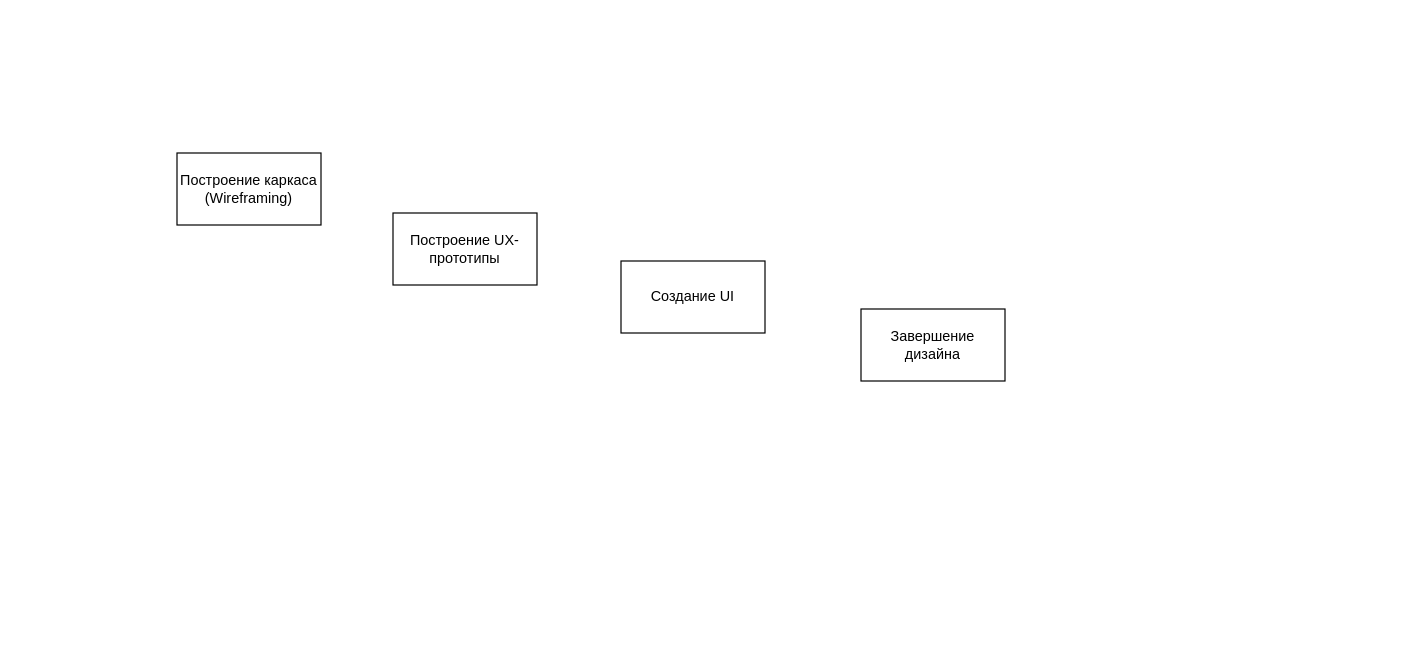
Earlier version of the draw.io diagram page "A2" (4 of 8) of Biểu đồ không có tiêu đề.drawio (quyettranvu/Lab1_IDEF). Source tidied: cells renumbered, new cells numbered last; positions are measured from the earlier drawing's top-left corner, leaving out a move shared by most shapes. Both pictures are drawn from the tidied source at 120%, with x=0, y=0 at pixel (176, 152).
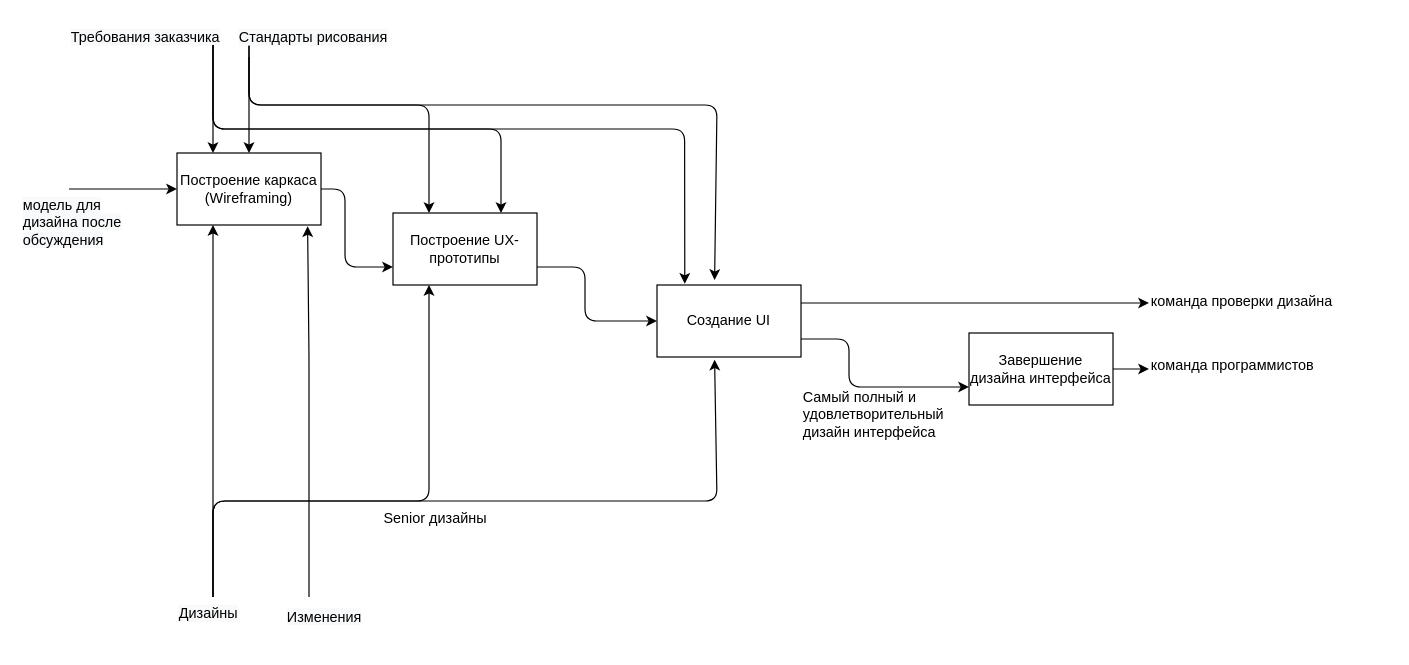
The same page after the edit.

The change refers to these unchanged cells:
```xml
<mxCell id="2" value="Построение каркаса&lt;br&gt;(Wireframing)" style="rounded=0;whiteSpace=wrap;html=1;" parent="1" vertex="1">
  <mxGeometry width="120" height="60" as="geometry" />
</mxCell>
<mxCell id="3" value="Построение UX-прототипы" style="rounded=0;whiteSpace=wrap;html=1;" parent="1" vertex="1">
  <mxGeometry x="180" y="50" width="120" height="60" as="geometry" />
</mxCell>
```

Diff of the diagram source:
```diff
@@
     <mxCell id="4" value="Создание UI" style="rounded=0;whiteSpace=wrap;html=1;" parent="1" vertex="1">
-      <mxGeometry x="370" y="90" width="120" height="60" as="geometry" />
+      <mxGeometry x="400" y="110" width="120" height="60" as="geometry" />
     </mxCell>
+    <mxCell id="6" style="edgeStyle=orthogonalEdgeStyle;rounded=1;jettySize=auto;html=1;entryX=0;entryY=0.5;entryDx=0;entryDy=0;fontSize=12;" parent="1" edge="1" source="5" target="19">
+      <mxGeometry relative="1" as="geometry" />
+    </mxCell>
-    <mxCell id="5" value="Завершение дизайна" style="rounded=0;whiteSpace=wrap;html=1;" parent="1" vertex="1">
-      <mxGeometry x="570" y="130" width="120" height="60" as="geometry" />
+    <mxCell id="5" value="Завершение дизайна интерфейса" style="rounded=0;whiteSpace=wrap;html=1;" parent="1" vertex="1">
+      <mxGeometry x="660" y="150" width="120" height="60" as="geometry" />
     </mxCell>
+    <mxCell id="7" style="endArrow=classic;html=1;rounded=0;entryX=0;entryY=0.5;entryDx=0;entryDy=0;" parent="1" edge="1" target="2">
+      <mxGeometry relative="1" as="geometry">
+        <mxPoint x="-90" y="30" as="sourcePoint" />
+      </mxGeometry>
+    </mxCell>
+    <mxCell id="8" style="endArrow=classic;html=1;rounded=1;exitX=1;exitY=0.5;exitDx=0;exitDy=0;entryX=0;entryY=0.75;entryDx=0;entryDy=0;" parent="1" edge="1" source="2" target="3">
+      <mxGeometry relative="1" as="geometry">
+        <Array as="points">
+          <mxPoint x="140" y="30" />
+          <mxPoint x="140" y="95" />
+        </Array>
+      </mxGeometry>
+    </mxCell>
+    <mxCell id="9" style="endArrow=classic;html=1;rounded=1;exitX=1;exitY=0.75;exitDx=0;exitDy=0;entryX=0;entryY=0.5;entryDx=0;entryDy=0;" parent="1" edge="1" source="3" target="4">
+      <mxGeometry relative="1" as="geometry">
+        <Array as="points">
+          <mxPoint x="340" y="95" />
+          <mxPoint x="340" y="140" />
+        </Array>
+      </mxGeometry>
+    </mxCell>
+    <mxCell id="10" style="endArrow=classic;html=1;rounded=1;exitX=1;exitY=0.75;exitDx=0;exitDy=0;entryX=0;entryY=0.75;entryDx=0;entryDy=0;" parent="1" edge="1" source="4" target="5">
+      <mxGeometry relative="1" as="geometry">
+        <Array as="points">
+          <mxPoint x="560" y="155" />
+          <mxPoint x="560" y="195" />
+        </Array>
+      </mxGeometry>
+    </mxCell>
+    <mxCell id="11" style="endArrow=classic;html=1;rounded=1;entryX=0.25;entryY=1;entryDx=0;entryDy=0;" parent="1" edge="1" target="2">
+      <mxGeometry relative="1" as="geometry">
+        <mxPoint x="30" y="370" as="sourcePoint" />
+      </mxGeometry>
+    </mxCell>
+    <mxCell id="12" style="endArrow=classic;html=1;rounded=1;entryX=0.25;entryY=1;entryDx=0;entryDy=0;" parent="1" edge="1" target="3">
+      <mxGeometry relative="1" as="geometry">
+        <mxPoint x="30" y="370" as="sourcePoint" />
+        <Array as="points">
+          <mxPoint x="30" y="290" />
+          <mxPoint x="210" y="290" />
+        </Array>
+      </mxGeometry>
+    </mxCell>
+    <mxCell id="13" style="endArrow=classic;html=1;rounded=1;entryX=0.4;entryY=1.037;entryDx=0;entryDy=0;entryPerimeter=0;" parent="1" edge="1" target="4">
+      <mxGeometry relative="1" as="geometry">
+        <mxPoint x="30" y="370" as="sourcePoint" />
+        <Array as="points">
+          <mxPoint x="30" y="290" />
+          <mxPoint x="450" y="290" />
+        </Array>
+      </mxGeometry>
+    </mxCell>
+    <mxCell id="14" value="&lt;span style=&quot;color: rgb(0, 0, 0); font-family: Helvetica; font-size: 12px; font-style: normal; font-variant-ligatures: normal; font-variant-caps: normal; font-weight: 400; letter-spacing: normal; orphans: 2; text-align: center; text-indent: 0px; text-transform: none; widows: 2; word-spacing: 0px; -webkit-text-stroke-width: 0px; background-color: rgb(248, 249, 250); text-decoration-thickness: initial; text-decoration-style: initial; text-decoration-color: initial; float: none; display: inline !important;&quot;&gt;Дизайны&lt;/span&gt;" style="text;whiteSpace=wrap;html=1;" parent="1" vertex="1">
+      <mxGeometry y="370" width="80" height="40" as="geometry" />
+    </mxCell>
+    <mxCell id="15" value="Senior дизайны" style="text;html=1;align=center;verticalAlign=middle;fillColor=none;strokeColor=none;rounded=0;" parent="1" vertex="1">
+      <mxGeometry x="160" y="290" width="110" height="30" as="geometry" />
+    </mxCell>
+    <mxCell id="16" style="endArrow=classic;html=1;rounded=1;fontSize=15;entryX=0.907;entryY=1.017;entryDx=0;entryDy=0;entryPerimeter=0;" parent="1" edge="1" target="2">
+      <mxGeometry relative="1" as="geometry">
+        <mxPoint x="110" y="370" as="sourcePoint" />
+        <Array as="points">
+          <mxPoint x="110" y="170" />
+        </Array>
+      </mxGeometry>
+    </mxCell>
+    <mxCell id="17" value="&lt;span style=&quot;color: rgb(0, 0, 0); font-family: Helvetica; font-size: 12px; font-style: normal; font-variant-ligatures: normal; font-variant-caps: normal; font-weight: 400; letter-spacing: normal; orphans: 2; text-align: center; text-indent: 0px; text-transform: none; widows: 2; word-spacing: 0px; -webkit-text-stroke-width: 0px; background-color: rgb(248, 249, 250); text-decoration-thickness: initial; text-decoration-style: initial; text-decoration-color: initial; float: none; display: inline !important;&quot;&gt;Изменения&lt;/span&gt;" style="text;whiteSpace=wrap;html=1;fontSize=15;" parent="1" vertex="1">
+      <mxGeometry x="90" y="370" width="100" height="40" as="geometry" />
+    </mxCell>
+    <mxCell id="18" style="endArrow=classic;html=1;rounded=1;fontSize=15;exitX=1;exitY=0.25;exitDx=0;exitDy=0;" parent="1" edge="1" source="4">
+      <mxGeometry relative="1" as="geometry">
+        <mxPoint x="810" y="125" as="targetPoint" />
+      </mxGeometry>
+    </mxCell>
+    <mxCell id="19" value="&lt;font style=&quot;font-size: 12px;&quot;&gt;команда программистов&lt;/font&gt;" style="text;whiteSpace=wrap;html=1;fontSize=15;" parent="1" vertex="1">
+      <mxGeometry x="810" y="160" width="200" height="40" as="geometry" />
+    </mxCell>
+    <mxCell id="20" value="команда проверки дизайна" style="text;whiteSpace=wrap;html=1;fontSize=12;" parent="1" vertex="1">
+      <mxGeometry x="810" y="110" width="170" height="40" as="geometry" />
+    </mxCell>
+    <mxCell id="21" style="endArrow=classic;html=1;rounded=1;fontSize=12;entryX=0.5;entryY=0;entryDx=0;entryDy=0;" parent="1" edge="1" target="2">
+      <mxGeometry relative="1" as="geometry">
+        <mxPoint x="60" y="-90" as="sourcePoint" />
+      </mxGeometry>
+    </mxCell>
+    <mxCell id="22" style="endArrow=classic;html=1;rounded=1;fontSize=12;entryX=0.25;entryY=0;entryDx=0;entryDy=0;" parent="1" edge="1" target="3">
+      <mxGeometry relative="1" as="geometry">
+        <mxPoint x="60" y="-90" as="sourcePoint" />
+        <Array as="points">
+          <mxPoint x="60" y="-40" />
+          <mxPoint x="210" y="-40" />
+        </Array>
+      </mxGeometry>
+    </mxCell>
+    <mxCell id="23" style="endArrow=classic;html=1;rounded=1;fontSize=12;entryX=0.4;entryY=-0.07;entryDx=0;entryDy=0;entryPerimeter=0;" parent="1" edge="1" target="4">
+      <mxGeometry relative="1" as="geometry">
+        <mxPoint x="60" y="-80" as="sourcePoint" />
+        <Array as="points">
+          <mxPoint x="60" y="-40" />
+          <mxPoint x="450" y="-40" />
+        </Array>
+      </mxGeometry>
+    </mxCell>
+    <mxCell id="24" value="&lt;span style=&quot;color: rgb(0, 0, 0); font-family: Helvetica; font-size: 12px; font-style: normal; font-variant-ligatures: normal; font-variant-caps: normal; font-weight: 400; letter-spacing: normal; orphans: 2; text-align: center; text-indent: 0px; text-transform: none; widows: 2; word-spacing: 0px; -webkit-text-stroke-width: 0px; background-color: rgb(248, 249, 250); text-decoration-thickness: initial; text-decoration-style: initial; text-decoration-color: initial; float: none; display: inline !important;&quot;&gt;Стандарты рисования&lt;/span&gt;" style="text;whiteSpace=wrap;html=1;fontSize=12;" parent="1" vertex="1">
+      <mxGeometry x="50" y="-110" width="160" height="40" as="geometry" />
+    </mxCell>
+    <mxCell id="25" value="&lt;span style=&quot;color: rgb(0, 0, 0); font-family: Helvetica; font-size: 12px; font-style: normal; font-variant-ligatures: normal; font-variant-caps: normal; font-weight: 400; letter-spacing: normal; orphans: 2; text-align: center; text-indent: 0px; text-transform: none; widows: 2; word-spacing: 0px; -webkit-text-stroke-width: 0px; background-color: rgb(248, 249, 250); text-decoration-thickness: initial; text-decoration-style: initial; text-decoration-color: initial; float: none; display: inline !important;&quot;&gt;Требования заказчика&lt;/span&gt;" style="text;whiteSpace=wrap;html=1;fontSize=12;" parent="1" vertex="1">
+      <mxGeometry x="-90" y="-110" width="160" height="20" as="geometry" />
+    </mxCell>
+    <mxCell id="26" style="endArrow=classic;html=1;rounded=1;fontSize=12;exitX=0.75;exitY=1;exitDx=0;exitDy=0;entryX=0.25;entryY=0;entryDx=0;entryDy=0;" parent="1" edge="1" source="25" target="2">
+      <mxGeometry relative="1" as="geometry" />
+    </mxCell>
+    <mxCell id="27" value="&lt;span style=&quot;color: rgb(0, 0, 0); font-family: Helvetica; font-size: 12px; font-style: normal; font-variant-ligatures: normal; font-variant-caps: normal; font-weight: 400; letter-spacing: normal; orphans: 2; text-align: left; text-indent: 0px; text-transform: none; widows: 2; word-spacing: 0px; -webkit-text-stroke-width: 0px; background-color: rgb(248, 249, 250); text-decoration-thickness: initial; text-decoration-style: initial; text-decoration-color: initial; float: none; display: inline !important;&quot;&gt;модель для дизайна&amp;nbsp;после обсуждения&lt;/span&gt;" style="text;whiteSpace=wrap;html=1;fontSize=12;" parent="1" vertex="1">
+      <mxGeometry x="-130" y="30" width="150" height="40" as="geometry" />
+    </mxCell>
+    <mxCell id="28" style="endArrow=classic;html=1;rounded=1;fontSize=12;entryX=0.75;entryY=0;entryDx=0;entryDy=0;" parent="1" edge="1" target="3">
+      <mxGeometry relative="1" as="geometry">
+        <mxPoint x="30" y="-90" as="sourcePoint" />
+        <Array as="points">
+          <mxPoint x="30" y="-20" />
+          <mxPoint x="270" y="-20" />
+        </Array>
+      </mxGeometry>
+    </mxCell>
+    <mxCell id="29" style="endArrow=classic;html=1;rounded=1;fontSize=12;entryX=0.193;entryY=-0.017;entryDx=0;entryDy=0;entryPerimeter=0;exitX=0.75;exitY=1;exitDx=0;exitDy=0;" parent="1" edge="1" source="25" target="4">
+      <mxGeometry relative="1" as="geometry">
+        <Array as="points">
+          <mxPoint x="30" y="-20" />
+          <mxPoint x="423" y="-20" />
+        </Array>
+      </mxGeometry>
+    </mxCell>
+    <mxCell id="30" value="Самый полный и удовлетворительный дизайн интерфейса" style="text;whiteSpace=wrap;html=1;fontSize=12;" parent="1" vertex="1">
+      <mxGeometry x="520" y="190" width="100" height="40" as="geometry" />
+    </mxCell>
```
